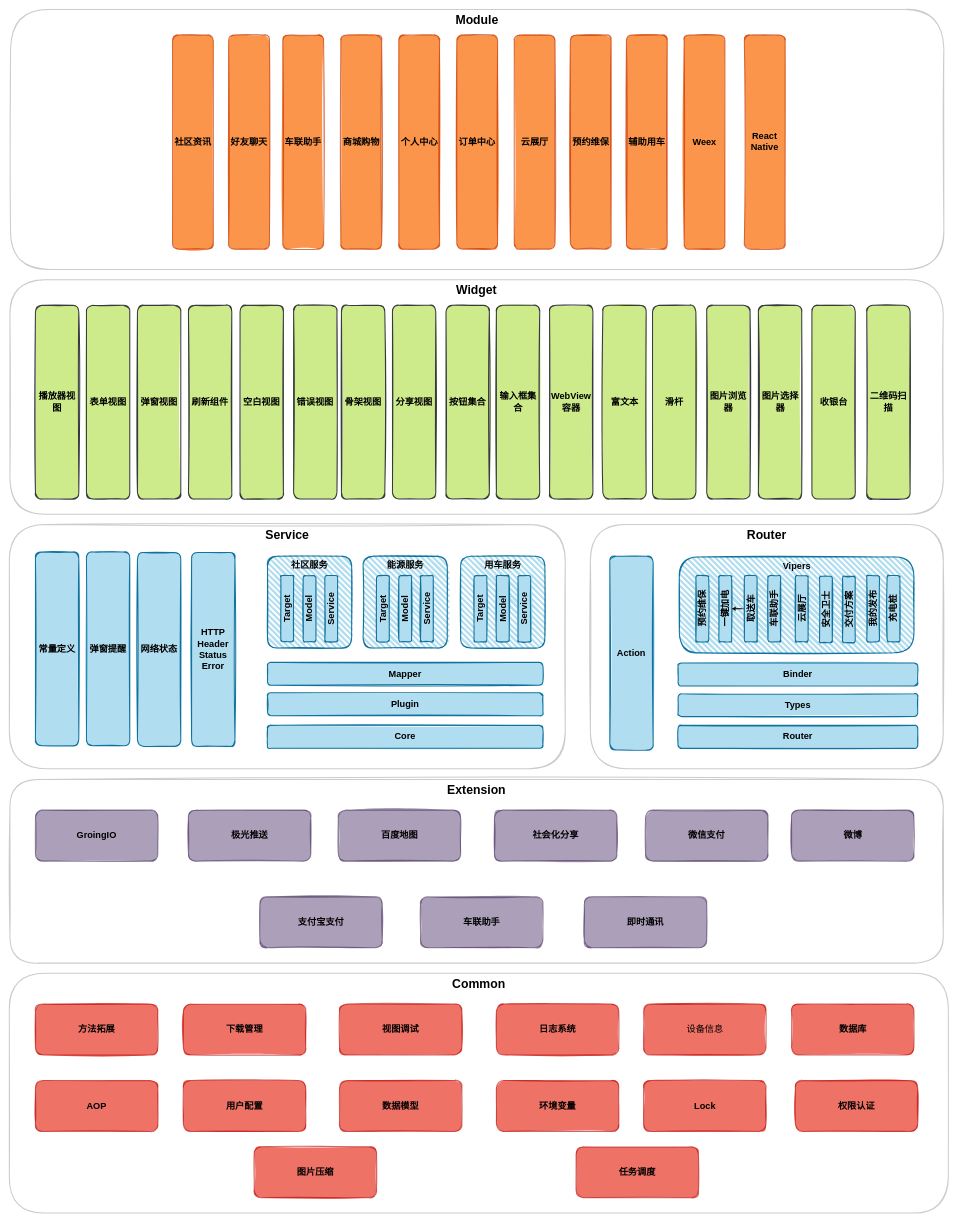
liamxujia/diagrams keeps this draw.io diagram as 绘图.drawio. Above is the earlier version. Source tidied: cells renumbered, new cells numbered last; positions are measured from the earlier drawing's top-left corner, leaving out a move shared by most shapes. Both pictures are drawn from the tidied source at 51%, with x=0, y=0 at pixel (9, 9).
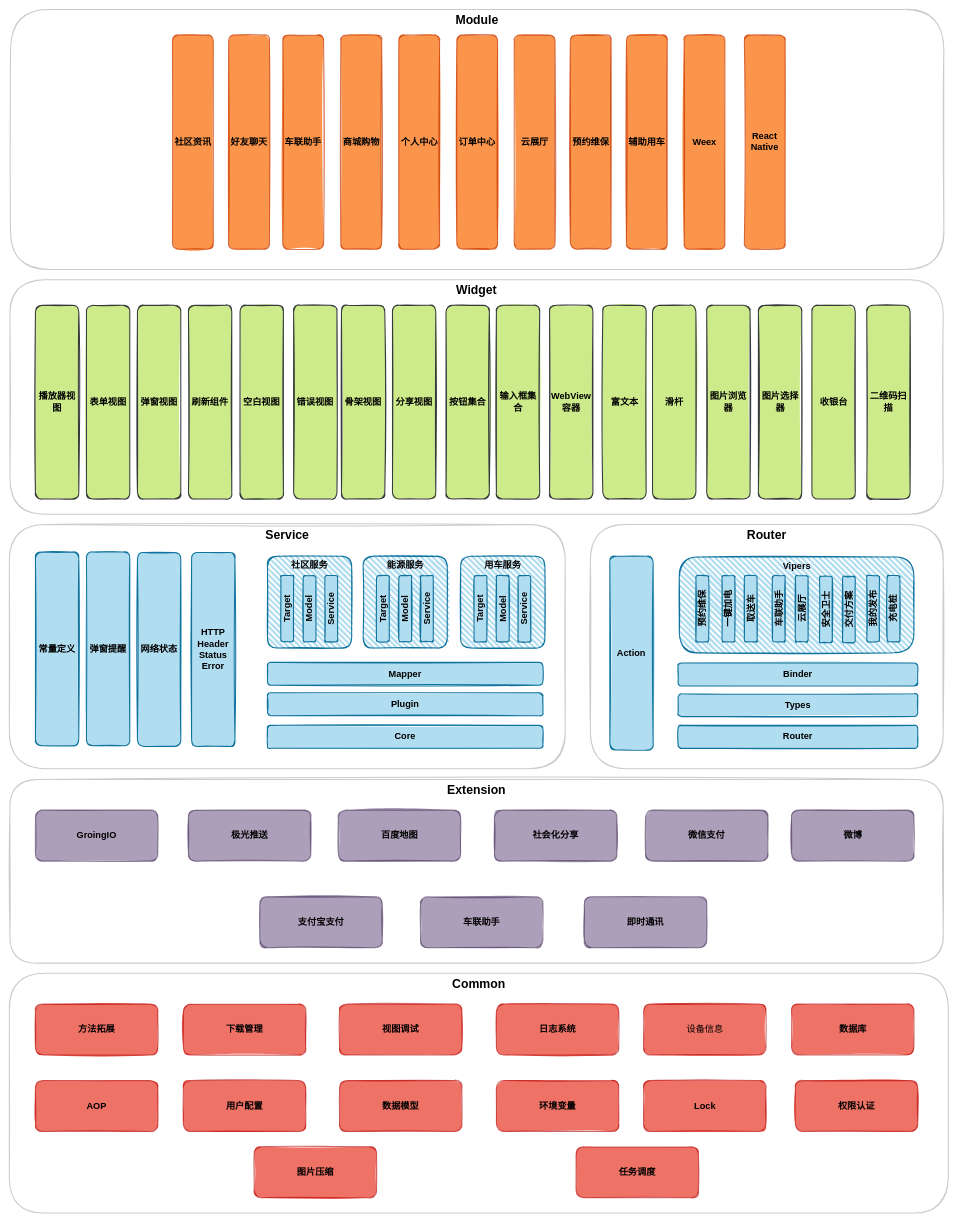
The same diagram, later.

Unchanged cells that the change refers to:
```xml
<mxCell id="47" value="取送车" style="rounded=1;whiteSpace=wrap;html=1;strokeWidth=2;fillWeight=4;hachureGap=8;hachureAngle=45;sketch=1;shadow=0;glass=0;strokeColor=#10739e;fillColor=#b1ddf0;fontSize=18;fontStyle=1;horizontal=0;fillStyle=solid;fontFamily=Helvetica;" parent="1" vertex="1">
  <mxGeometry x="1441" y="1110" width="25" height="130" as="geometry" />
</mxCell>
```

Change to the diagram source:
```diff
@@
     <mxCell id="45" value="一键加电" style="rounded=1;whiteSpace=wrap;html=1;strokeWidth=2;fillWeight=4;hachureGap=8;hachureAngle=45;sketch=1;shadow=0;glass=0;strokeColor=#10739e;fillColor=#b1ddf0;fontSize=18;fontStyle=1;horizontal=0;fillStyle=solid;fontFamily=Helvetica;" parent="1" vertex="1">
-      <mxGeometry x="1391" y="1110" width="25" height="130" as="geometry" />
+      <mxGeometry x="1397.2" y="1110" width="25" height="130" as="geometry" />
     </mxCell>
-    <mxCell id="46" style="edgeStyle=orthogonalEdgeStyle;rounded=0;jettySize=auto;html=1;fontFamily=Helvetica;fontSize=18;fontColor=#000000;" parent="1" edge="1" source="47" target="45">
-      <mxGeometry relative="1" as="geometry" />
-    </mxCell>
@@
     <mxCell id="48" value="车联助手" style="rounded=1;whiteSpace=wrap;html=1;strokeWidth=2;fillWeight=4;hachureGap=8;hachureAngle=45;sketch=1;shadow=0;glass=0;strokeColor=#10739e;fillColor=#b1ddf0;fontSize=18;fontStyle=1;horizontal=0;fillStyle=solid;fontFamily=Helvetica;" parent="1" vertex="1">
-      <mxGeometry x="1487.2" y="1110" width="25" height="130" as="geometry" />
+      <mxGeometry x="1496" y="1110" width="25" height="130" as="geometry" />
     </mxCell>
```
